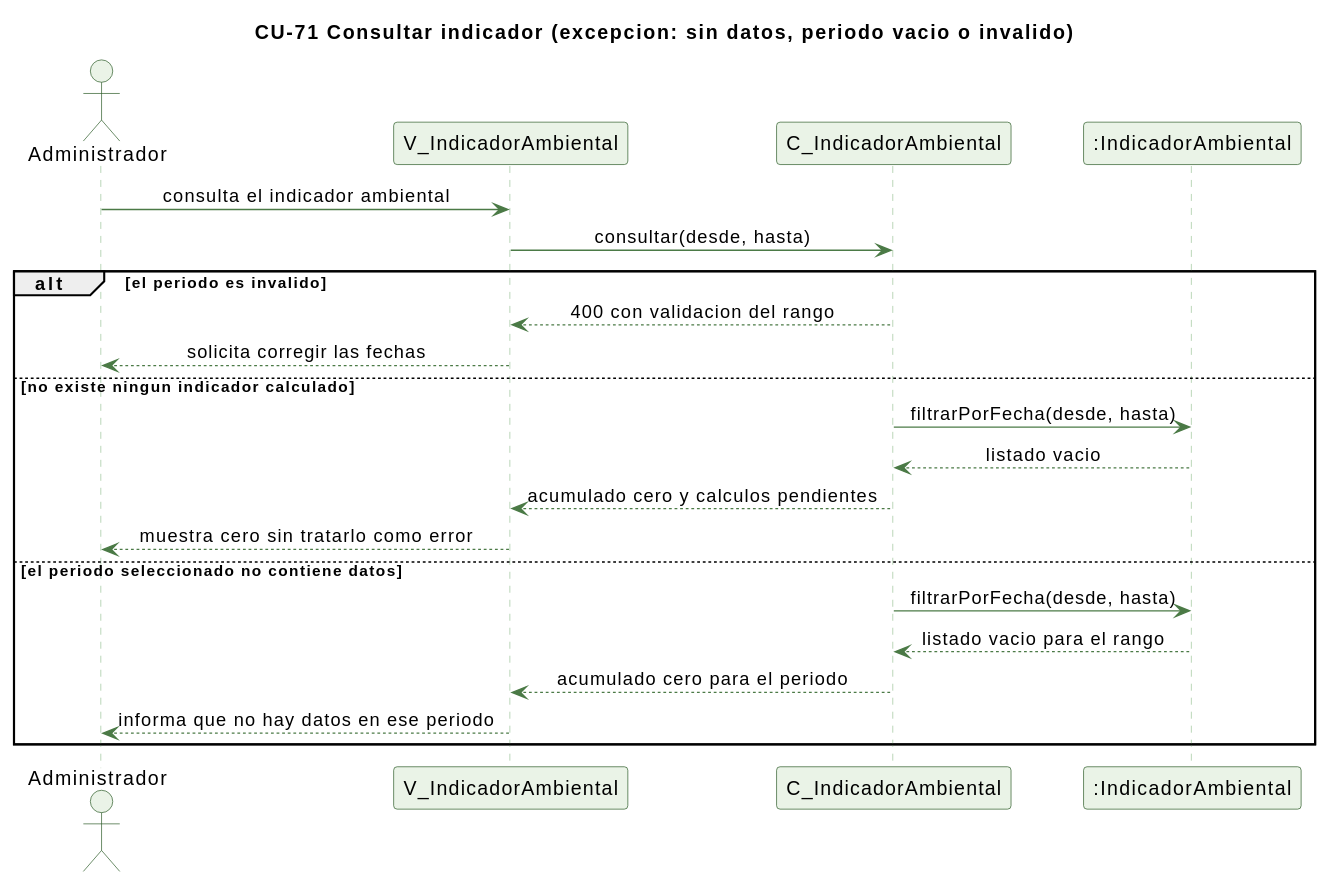
Earlier version of the PlantUML export docs/trabajo-grupal/diagramas/secuencias/cu71-indicador-ambiental-excepcion.svg (kenjikaese/Triverde).
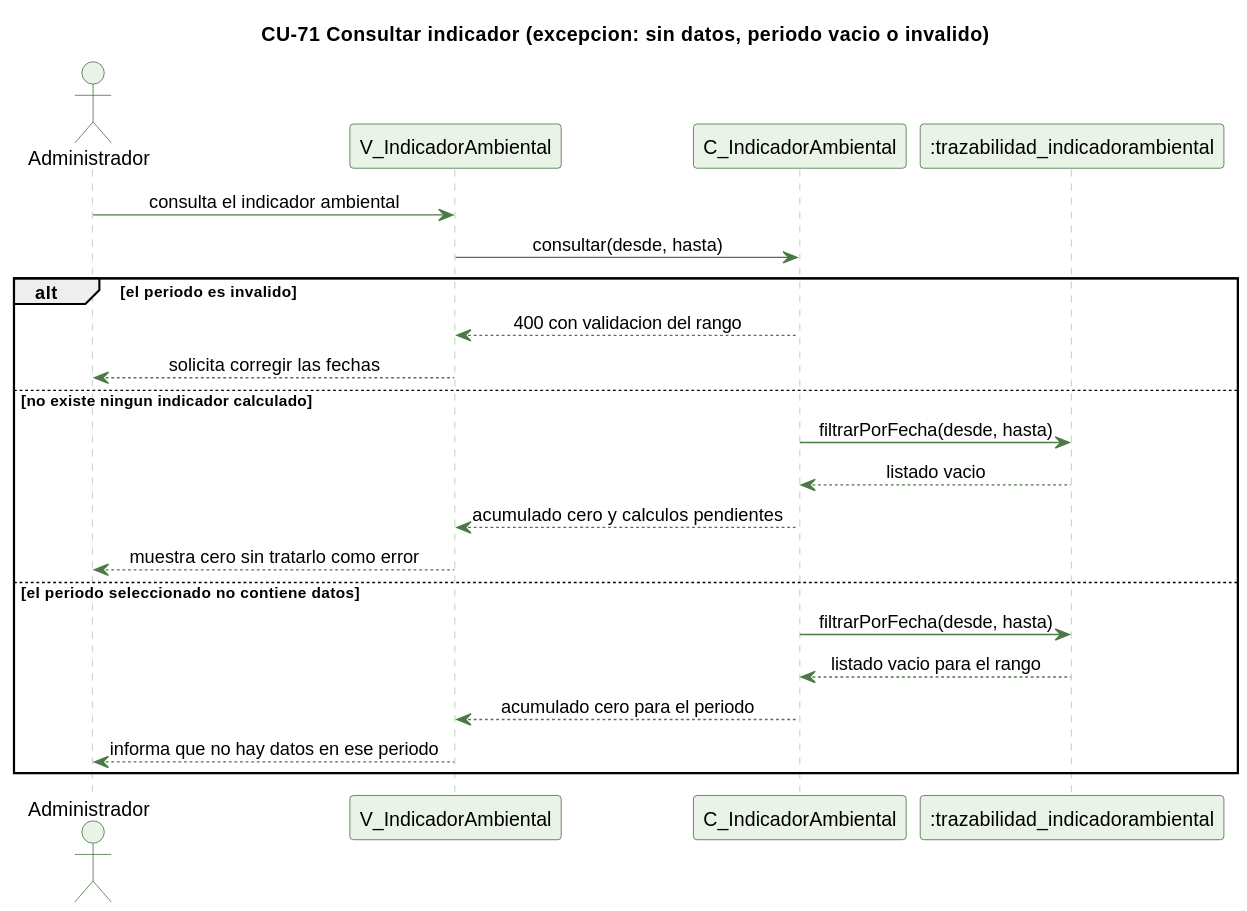
Later version of the same file.

Diff of the diagram source:
```diff
@@ -15,7 +15,7 @@
 actor Administrador
 participant "V_IndicadorAmbiental" as V
 participant "C_IndicadorAmbiental" as C
-participant ":IndicadorAmbiental" as IA
+participant ":trazabilidad_indicadorambiental" as IA
 
 Administrador -> V : consulta el indicador ambiental
 V -> C : consultar(desde, hasta)
```
